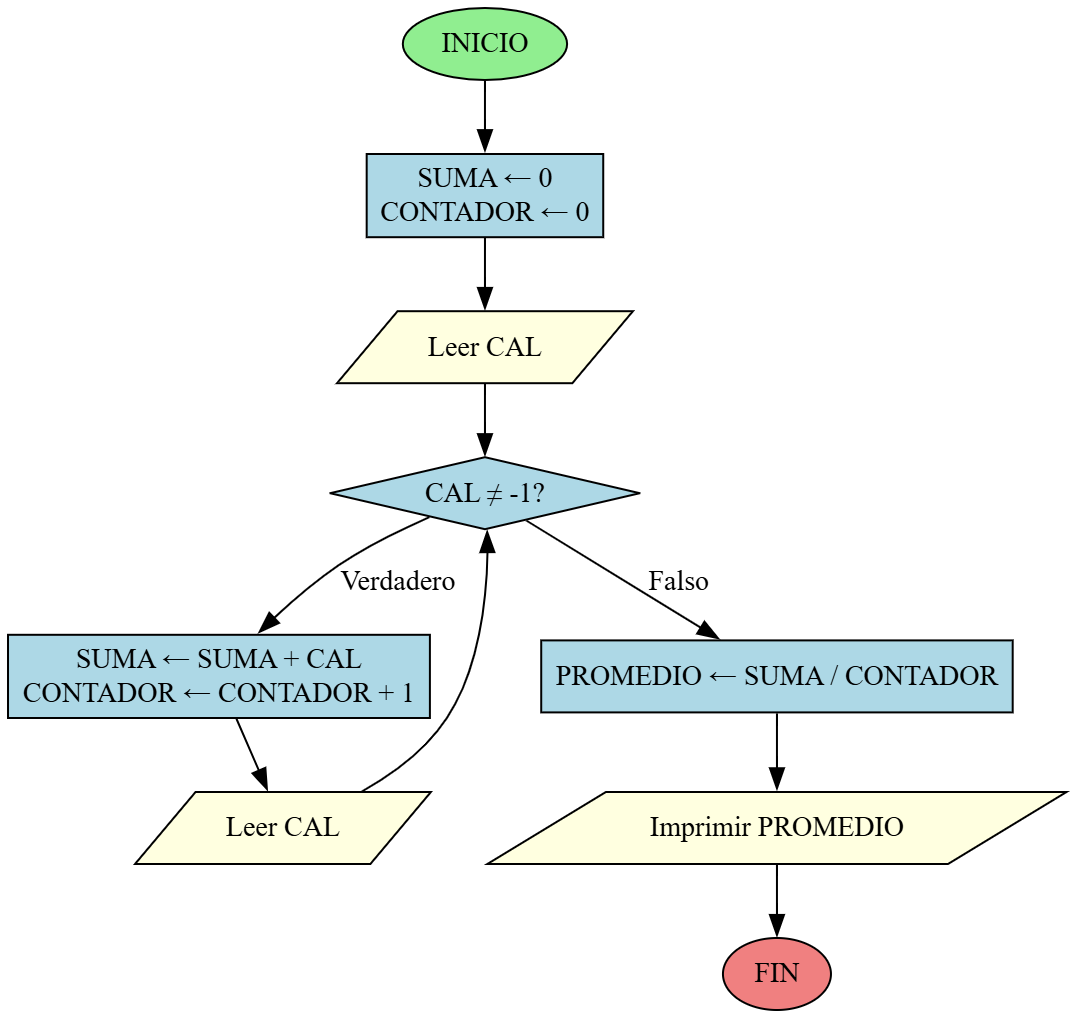
The Graphviz diagram images/problema_ps_3_2.png in D1egoXD/JAVA-TICS, before a commit. Its source is kept beside it as diagramas/problema_ps_3_2.dot.
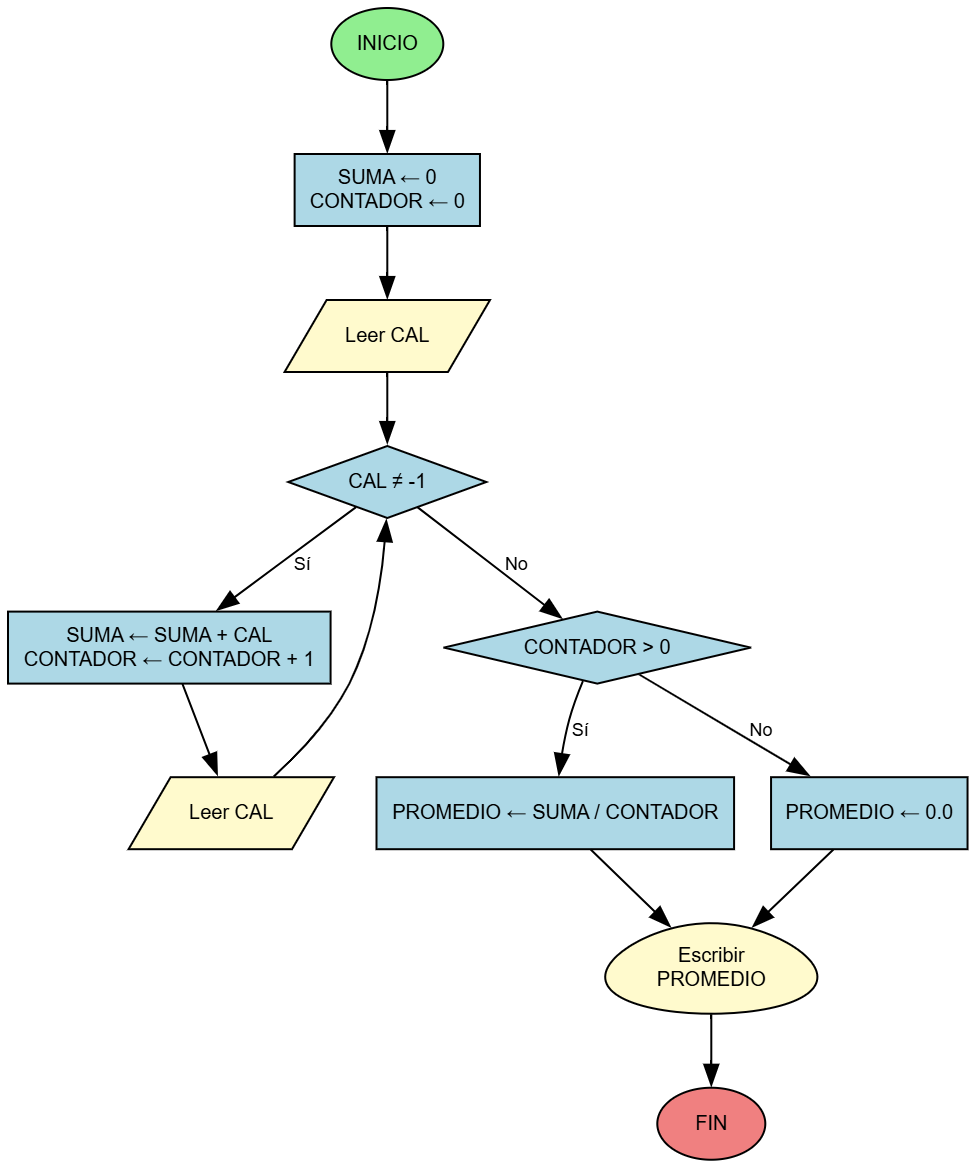
The same diagram one commit later.

Commit message:
Actualizar PS 3.2 - Promedio con ciclo centinela

Change to the diagram source:
```diff
@@ -1,24 +1,30 @@
-digraph ProblemaPS32 {
+digraph PromedioCalificaciones {
     rankdir=TB;
-    node [shape=box, style=rounded];
+    node [shape=box, style=filled, fontname="Arial", fontsize=10];
+    edge [fontname="Arial", fontsize=9];
 
-    inicio [label="INICIO", shape=ellipse, style=filled, fillcolor=lightgreen];
-    init [label="SUMA ← 0\nCONTADOR ← 0", style=filled, fillcolor=lightblue];
-    leer1 [label="Leer CAL", shape=parallelogram, style=filled, fillcolor=lightyellow];
-    decision [label="CAL ≠ -1?", shape=diamond, style=filled, fillcolor=lightblue];
-    suma [label="SUMA ← SUMA + CAL\nCONTADOR ← CONTADOR + 1", style=filled, fillcolor=lightblue];
-    leer2 [label="Leer CAL", shape=parallelogram, style=filled, fillcolor=lightyellow];
-    calcular [label="PROMEDIO ← SUMA / CONTADOR", style=filled, fillcolor=lightblue];
-    imprimir [label="Imprimir PROMEDIO", shape=parallelogram, style=filled, fillcolor=lightyellow];
-    fin [label="FIN", shape=ellipse, style=filled, fillcolor=lightcoral];
+    inicio [label="INICIO", shape=oval, fillcolor="#90EE90", color=black, fontcolor=black];
+    init [label="SUMA ← 0\nCONTADOR ← 0", shape=box, fillcolor="#ADD8E6", color=black, fontcolor=black];
+    leerCal [label="Leer CAL", shape=parallelogram, fillcolor="#FFFACD", color=black, fontcolor=black];
+    decision [label="CAL ≠ -1", shape=diamond, fillcolor="#ADD8E6", color=black, fontcolor=black];
+    acumular [label="SUMA ← SUMA + CAL\nCONTADOR ← CONTADOR + 1", shape=box, fillcolor="#ADD8E6", color=black, fontcolor=black];
+    leerCal2 [label="Leer CAL", shape=parallelogram, fillcolor="#FFFACD", color=black, fontcolor=black];
+    validar [label="CONTADOR > 0", shape=diamond, fillcolor="#ADD8E6", color=black, fontcolor=black];
+    calcular [label="PROMEDIO ← SUMA / CONTADOR", shape=box, fillcolor="#ADD8E6", color=black, fontcolor=black];
+    promedioCero [label="PROMEDIO ← 0.0", shape=box, fillcolor="#ADD8E6", color=black, fontcolor=black];
+    escribir [label="Escribir\nPROMEDIO", shape=egg, fillcolor="#FFFACD", color=black, fontcolor=black];
+    fin [label="FIN", shape=oval, fillcolor="#F08080", color=black, fontcolor=black];
 
     inicio -> init;
-    init -> leer1;
-    leer1 -> decision;
-    decision -> suma [label="Verdadero"];
-    decision -> calcular [label="Falso"];
-    suma -> leer2;
-    leer2 -> decision;
-    calcular -> imprimir;
-    imprimir -> fin;
+    init -> leerCal;
+    leerCal -> decision;
+    decision -> acumular [label="Sí"];
+    decision -> validar [label="No"];
+    acumular -> leerCal2;
+    leerCal2 -> decision;
+    validar -> calcular [label="Sí"];
+    validar -> promedioCero [label="No"];
+    calcular -> escribir;
+    promedioCero -> escribir;
+    escribir -> fin;
 }
```
